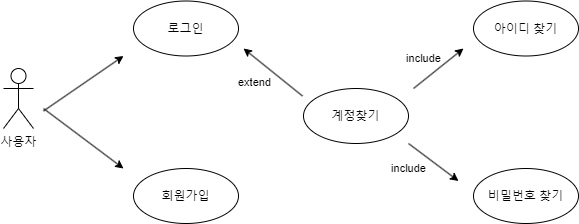
Above: 수정/사용자 로그인-수정.png in Yoon-jae-min/UsecaseDiagram (draw.io), before the change. Source tidied: cells renumbered, new cells last; positions are measured from the earlier drawing's top-left corner, leaving out a move shared by most shapes.
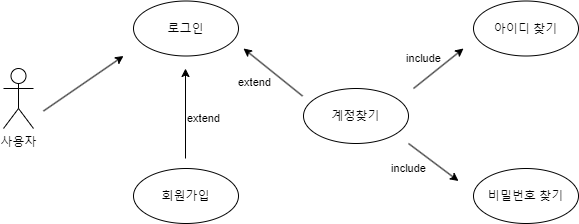
The same diagram one commit later.

Commit message:
사용자 로그인-수정.png 업데이트

The edit, as a diff of the source:
```diff
@@ -44,10 +44,10 @@
         <mxPoint x="120" y="55.5" as="targetPoint" />
       </mxGeometry>
     </mxCell>
-    <mxCell id="12" style="endArrow=classic;html=1;rounded=0;" parent="1" edge="1">
-      <mxGeometry relative="1" as="geometry">
-        <mxPoint x="40" y="108" as="sourcePoint" />
-        <mxPoint x="120" y="168" as="targetPoint" />
+    <mxCell id="12" value="extend" style="endArrow=classic;html=1;rounded=0;labelBackgroundColor=none;" parent="1" edge="1">
+      <mxGeometry x="-0.11" y="-18" relative="1" as="geometry">
+        <mxPoint x="182" y="158" as="sourcePoint" />
+        <mxPoint x="182" y="68" as="targetPoint" />
       </mxGeometry>
     </mxCell>
   </root>
```
